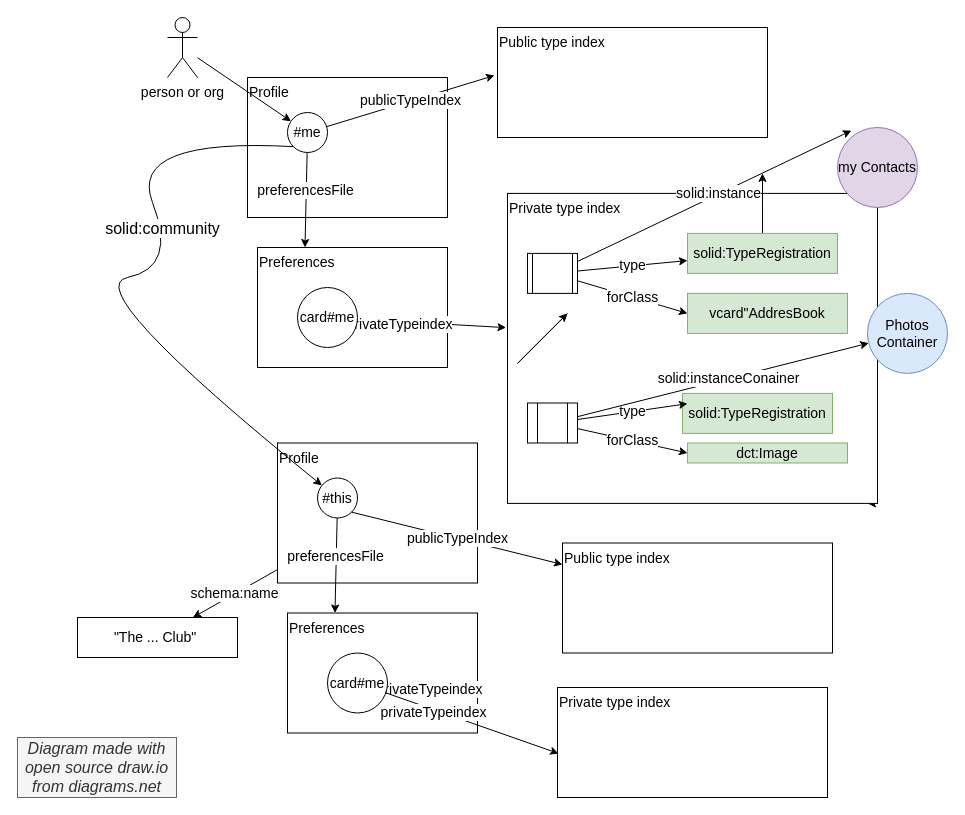
The draw.io diagram diagrams/type-indexes.drawio in solid/webid-profile, before the edit. Source tidied: cells renumbered, new cells numbered last; positions are measured from the earlier drawing's top-left corner, leaving out a move shared by most shapes. Both pictures are drawn from the tidied source at 100%, with x=0, y=0 at pixel (17, 17).
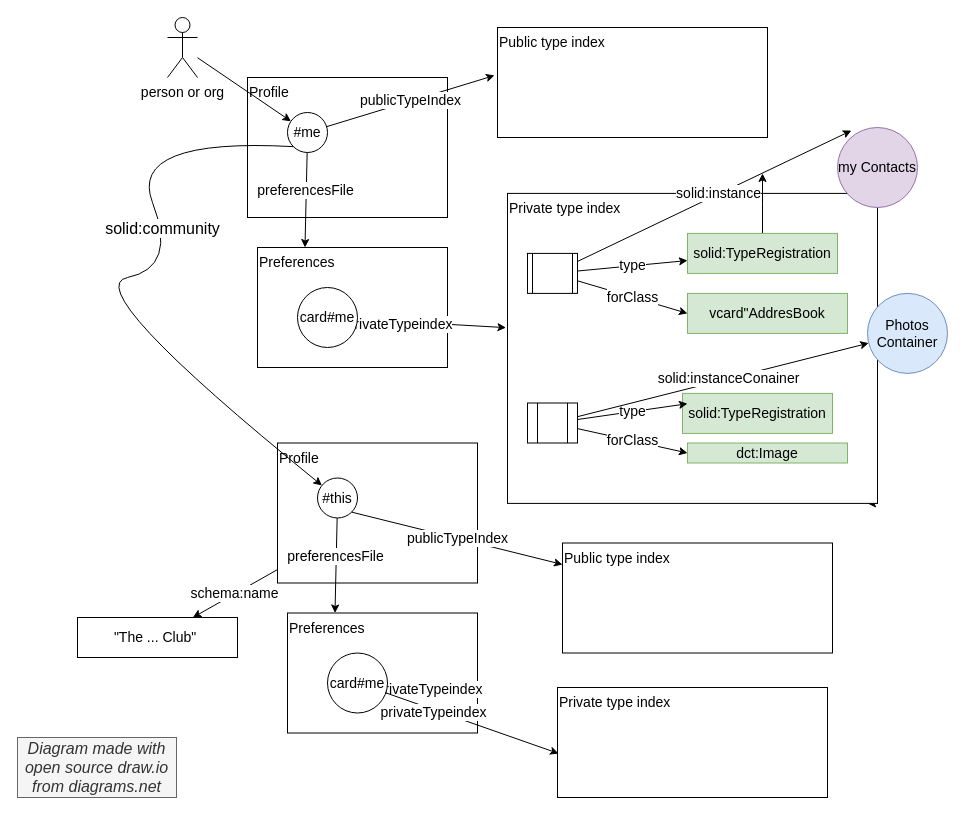
After the change.

Change to the diagram source:
```diff
@@
-    <mxCell id="37" style="endArrow=none;html=1;rounded=0;" parent="1" edge="1">
-      <mxGeometry relative="1" as="geometry">
-        <mxPoint x="500" y="345.9" as="sourcePoint" />
-        <mxPoint x="550" y="295.9" as="targetPoint" />
-      </mxGeometry>
-    </mxCell>
-    <mxCell id="38" style="endArrow=classic;html=1;rounded=0;" parent="1" edge="1">
-      <mxGeometry relative="1" as="geometry">
-        <mxPoint x="500" y="345.9" as="sourcePoint" />
-        <mxPoint x="550" y="295.9" as="targetPoint" />
-      </mxGeometry>
-    </mxCell>
```
